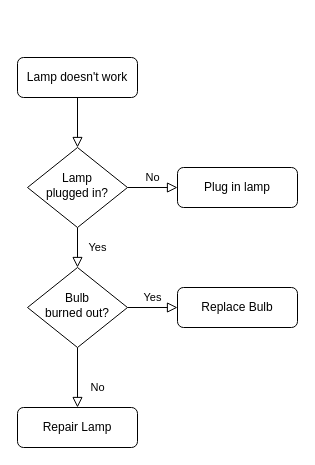
Before: Untitled Diagram.drawio in zane797/Pinewood-Derby-Timer, a draw.io diagram. Source tidied: cells renumbered, new cells numbered last; positions are measured from the earlier drawing's top-left corner, leaving out a move shared by most shapes. Both pictures are drawn from the tidied source at 100%, with x=0, y=0 at pixel (17, 57).
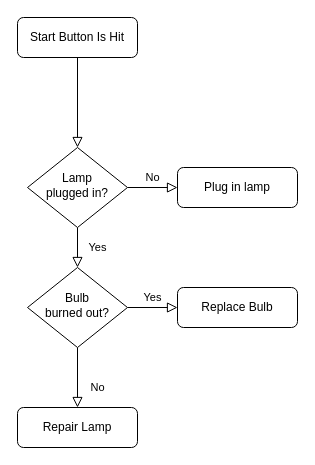
After the change.

The edit, as a diff of the source:
```diff
@@
 <mxGraphModel>
   <root>
     <mxCell id="0" />
     <mxCell id="1" parent="0" />
     <mxCell id="2" style="rounded=0;html=1;jettySize=auto;fontSize=11;endArrow=block;endFill=0;endSize=8;strokeWidth=1;shadow=0;labelBackgroundColor=none;edgeStyle=orthogonalEdgeStyle;" parent="1" edge="1" source="3" target="6">
       <mxGeometry relative="1" as="geometry" />
     </mxCell>
-    <mxCell id="3" value="Lamp doesn't work" style="rounded=1;whiteSpace=wrap;html=1;fontSize=12;glass=0;strokeWidth=1;shadow=0;" parent="1" vertex="1">
-      <mxGeometry width="120" height="40" as="geometry" />
+    <mxCell id="3" value="Start Button Is Hit" style="rounded=1;whiteSpace=wrap;html=1;fontSize=12;glass=0;strokeWidth=1;shadow=0;" parent="1" vertex="1">
+      <mxGeometry y="-40" width="120" height="40" as="geometry" />
     </mxCell>
     <mxCell id="4" value="Yes" style="rounded=0;html=1;jettySize=auto;fontSize=11;endArrow=block;endFill=0;endSize=8;strokeWidth=1;shadow=0;labelBackgroundColor=none;edgeStyle=orthogonalEdgeStyle;" parent="1" edge="1" source="6" target="10">
       <mxGeometry y="20" relative="1" as="geometry" />
     </mxCell>
     <mxCell id="5" value="No" style="edgeStyle=orthogonalEdgeStyle;rounded=0;html=1;jettySize=auto;fontSize=11;endArrow=block;endFill=0;endSize=8;strokeWidth=1;shadow=0;labelBackgroundColor=none;" parent="1" edge="1" source="6" target="7">
       <mxGeometry y="10" relative="1" as="geometry" />
     </mxCell>
     <mxCell id="6" value="Lamp&lt;br&gt;plugged in?" style="rhombus;whiteSpace=wrap;html=1;shadow=0;fontFamily=Helvetica;fontSize=12;align=center;strokeWidth=1;spacing=6;spacingTop=-4;" parent="1" vertex="1">
       <mxGeometry x="10" y="90" width="100" height="80" as="geometry" />
     </mxCell>
     <mxCell id="7" value="Plug in lamp" style="rounded=1;whiteSpace=wrap;html=1;fontSize=12;glass=0;strokeWidth=1;shadow=0;" parent="1" vertex="1">
       <mxGeometry x="160" y="110" width="120" height="40" as="geometry" />
     </mxCell>
     <mxCell id="8" value="No" style="rounded=0;html=1;jettySize=auto;fontSize=11;endArrow=block;endFill=0;endSize=8;strokeWidth=1;shadow=0;labelBackgroundColor=none;edgeStyle=orthogonalEdgeStyle;" parent="1" edge="1" source="10" target="11">
       <mxGeometry x="0.33" y="20" relative="1" as="geometry" />
     </mxCell>
     <mxCell id="9" value="Yes" style="edgeStyle=orthogonalEdgeStyle;rounded=0;html=1;jettySize=auto;fontSize=11;endArrow=block;endFill=0;endSize=8;strokeWidth=1;shadow=0;labelBackgroundColor=none;" parent="1" edge="1" source="10" target="12">
       <mxGeometry y="10" relative="1" as="geometry" />
     </mxCell>
     <mxCell id="10" value="Bulb&lt;br&gt;burned out?" style="rhombus;whiteSpace=wrap;html=1;shadow=0;fontFamily=Helvetica;fontSize=12;align=center;strokeWidth=1;spacing=6;spacingTop=-4;" parent="1" vertex="1">
       <mxGeometry x="10" y="210" width="100" height="80" as="geometry" />
     </mxCell>
     <mxCell id="11" value="Repair Lamp" style="rounded=1;whiteSpace=wrap;html=1;fontSize=12;glass=0;strokeWidth=1;shadow=0;" parent="1" vertex="1">
       <mxGeometry y="350" width="120" height="40" as="geometry" />
     </mxCell>
     <mxCell id="12" value="Replace Bulb" style="rounded=1;whiteSpace=wrap;html=1;fontSize=12;glass=0;strokeWidth=1;shadow=0;" parent="1" vertex="1">
       <mxGeometry x="160" y="230" width="120" height="40" as="geometry" />
     </mxCell>
   </root>
 </mxGraphModel>
```
